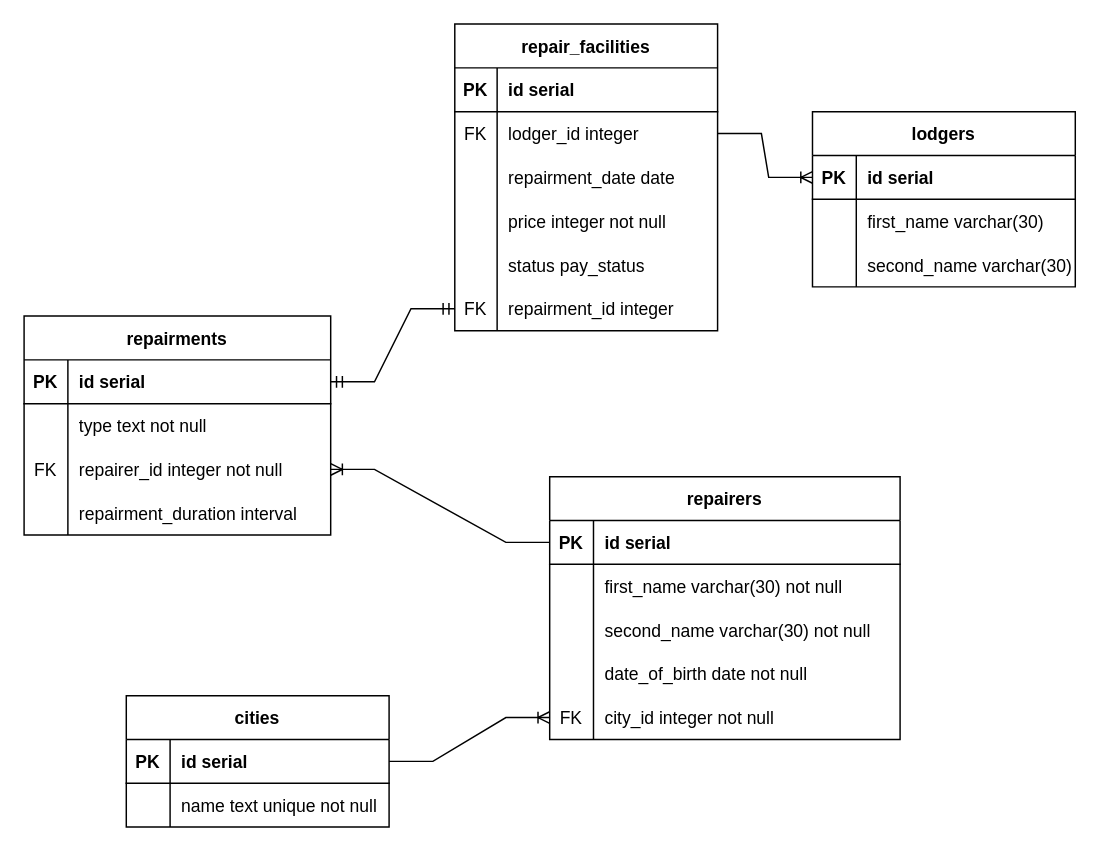
The draw.io diagram Lab1V8/lab1_v8.drawio in nerlihmax/NSTU_Programming, before the edit. Source tidied: cells renumbered, new cells numbered last; positions are measured from the earlier drawing's top-left corner, leaving out a move shared by most shapes. Both pictures are drawn from the tidied source at 146%, with x=0, y=0 at pixel (23, 23).
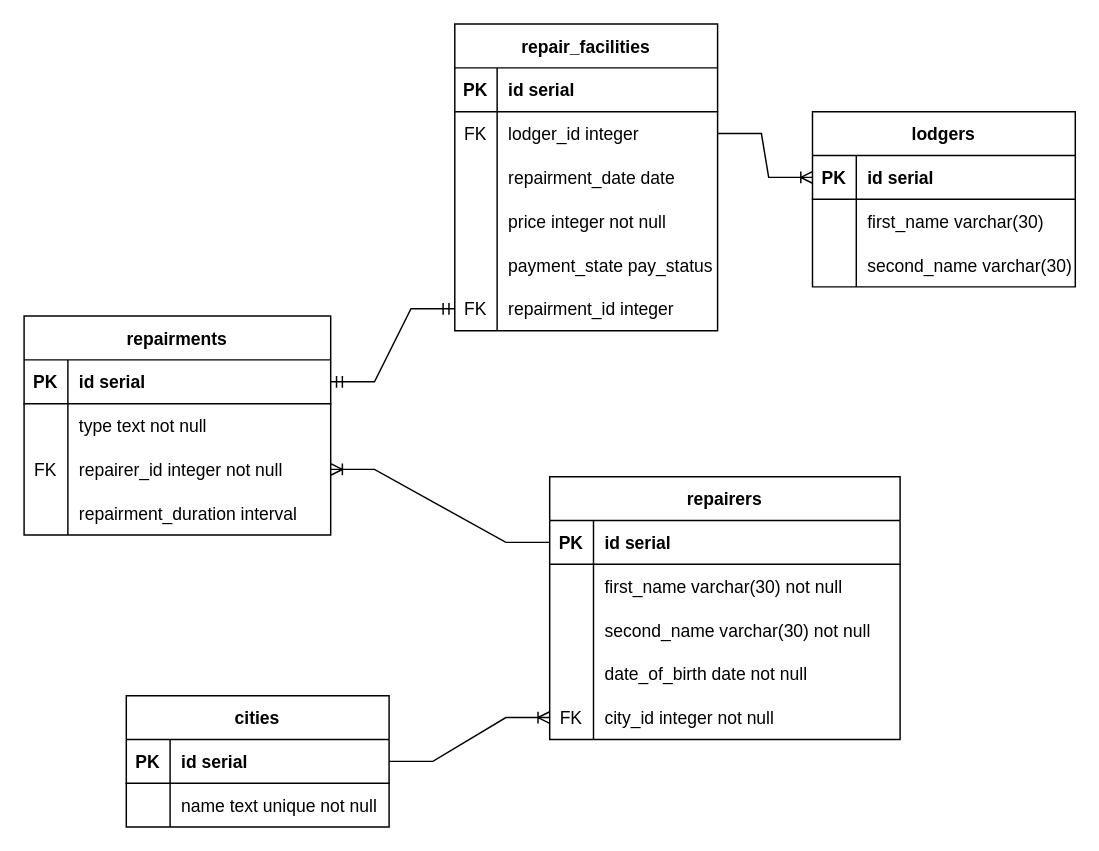
After the change.

Unchanged cells that the change refers to:
```xml
<mxCell id="15" style="shape=tableRow;horizontal=0;startSize=0;swimlaneHead=0;swimlaneBody=0;fillColor=none;top=0;left=0;right=0;bottom=0;" parent="2" vertex="1">
  <mxGeometry y="150" width="180" height="30" as="geometry" />
</mxCell>
```

What changed in the source:
```diff
@@
-    <mxCell id="17" value="status pay_status" style="shape=partialRectangle;fillColor=none;top=0;left=0;bottom=0;right=0;align=left;spacingLeft=6;overflow=hidden;" parent="15" vertex="1">
+    <mxCell id="17" value="payment_state pay_status" style="shape=partialRectangle;fillColor=none;top=0;left=0;bottom=0;right=0;align=left;spacingLeft=6;overflow=hidden;" parent="15" vertex="1">
       <mxGeometry x="29" width="151" height="30" as="geometry" />
     </mxCell>
```
